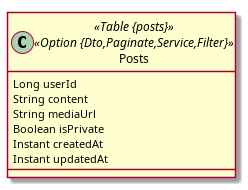
Before: infra/db/jdl/post_db.png, a diagram exported from PlantUML (phungle2508/AppF4). The source it was exported from:
```plantuml
@startuml
	!pragma layout smetana
	!pragma syntax class
	class Posts <<Table {posts}>><<Option {Dto,Paginate,Service,Filter}>> {
		Long userId
		String content
		String mediaUrl
		Boolean isPrivate
		Instant createdAt
		Instant updatedAt
	}
@enduml
```
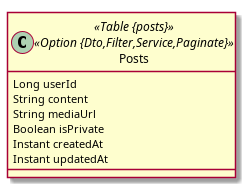
Above is the later version.

Diff of the diagram source:
```diff
@@ -1,7 +1,7 @@
 @startuml
 	!pragma layout smetana
 	!pragma syntax class
-	class Posts <<Table {posts}>><<Option {Dto,Paginate,Service,Filter}>> {
+	class Posts <<Table {posts}>><<Option {Dto,Filter,Service,Paginate}>> {
 		Long userId
 		String content
 		String mediaUrl
```
